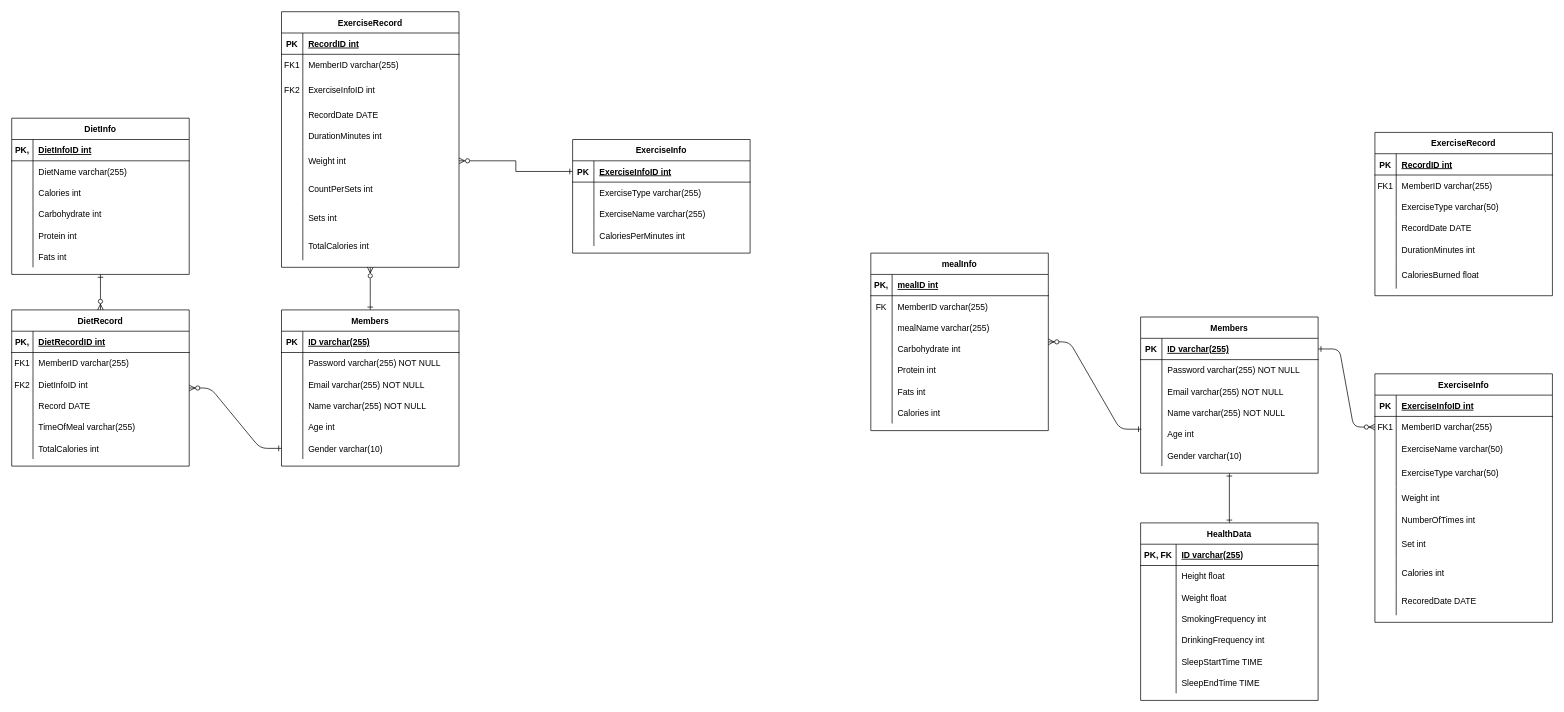
The draw.io diagram DataBase/E-R Diagram/E-R Diagram.drawio in pys-study/Healthcare-Project-Back, before the edit. Source tidied: cells renumbered, new cells numbered last; positions are measured from the earlier drawing's top-left corner, leaving out a move shared by most shapes. Both pictures are drawn from the tidied source at 71%, with x=0, y=0 at pixel (11, 11).
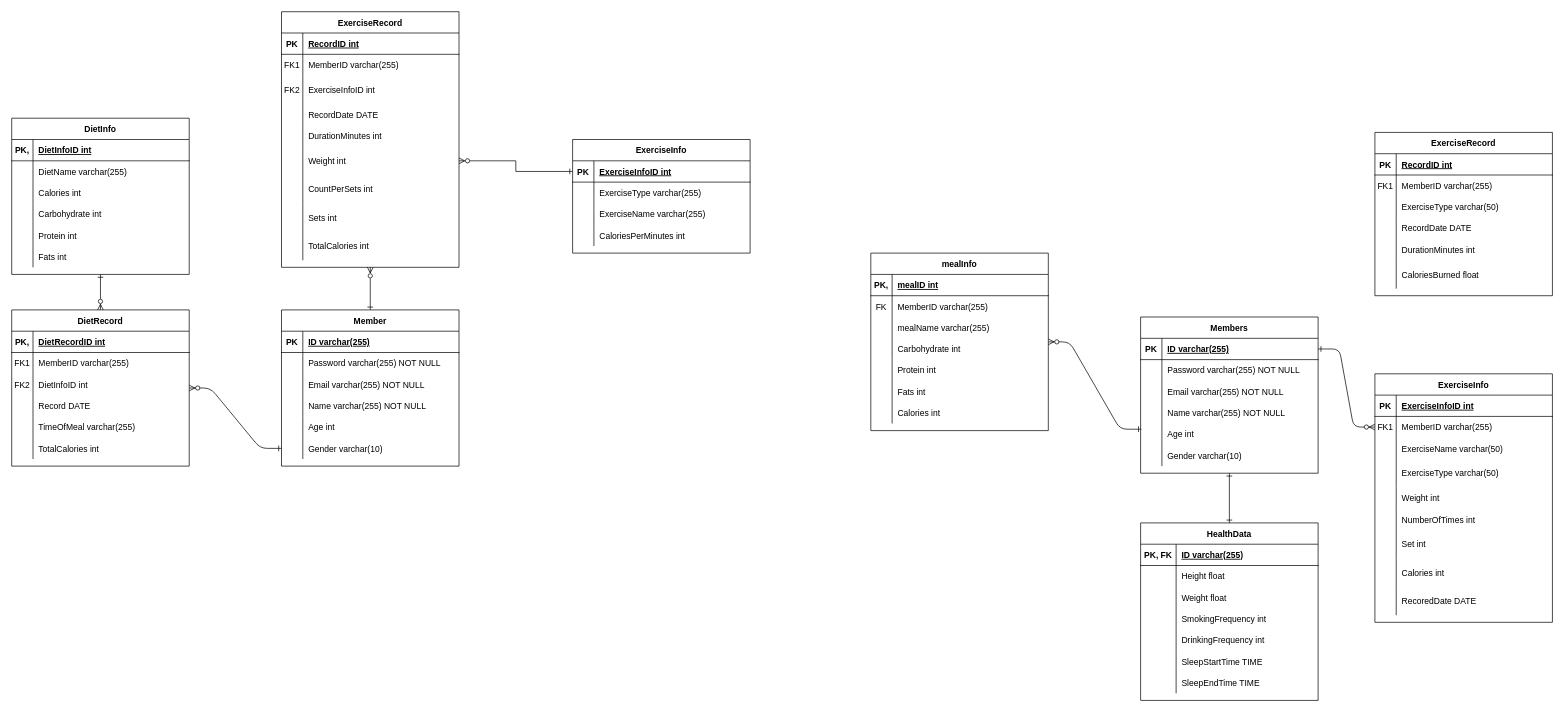
Above is the later version.

Commit message (it also covers changes not shown here):
Docs: ERD Member 테이블명 수정

Diff of the diagram source:
```diff
@@
-    <mxCell id="16" value="Members" style="shape=table;startSize=30;childLayout=tableLayout;rowLines=0;fontStyle=1;align=center;" parent="1" vertex="1">
+    <mxCell id="16" value="Member" style="shape=table;startSize=30;childLayout=tableLayout;rowLines=0;fontStyle=1;align=center;" parent="1" vertex="1">
       <mxGeometry x="380" y="420" width="250" height="220" as="geometry" />
     </mxCell>
```
